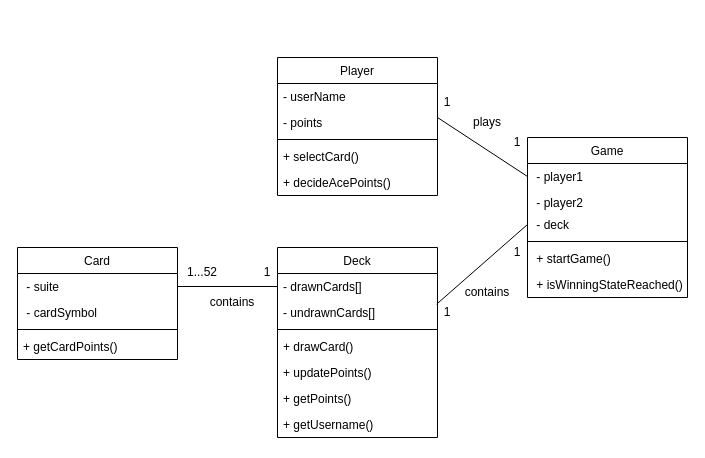
This is 19-7-22/blackjack/diagrams/blackjack_class.drawio from srividya-p/Forcepoint-Training, a draw.io file, before an edit. Source tidied: cells renumbered, new cells numbered last; positions are measured from the earlier drawing's top-left corner, leaving out a move shared by most shapes. Both pictures are drawn from the tidied source at 100%, with x=0, y=0 at pixel (17, 57).
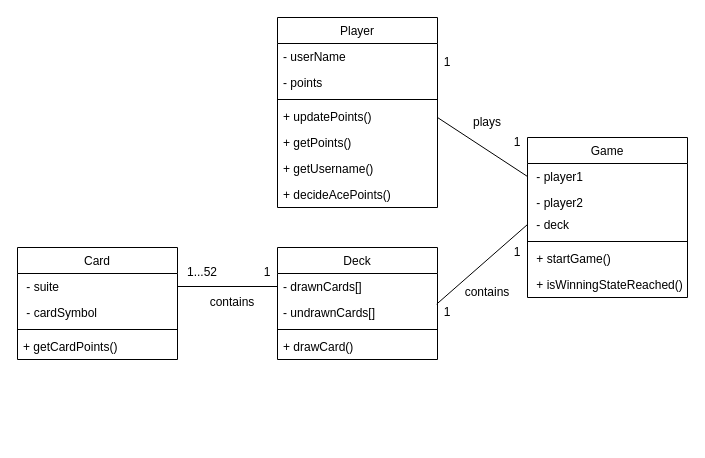
The same page after the edit.

What changed in the source:
```diff
@@
     <mxCell id="14" value="Player" style="swimlane;fontStyle=0;align=center;verticalAlign=top;horizontal=1;startSize=26;rounded=0;shadow=0;strokeWidth=1;" parent="1" vertex="1">
-      <mxGeometry x="260" width="160" height="138" as="geometry" />
+      <mxGeometry x="260" y="-40" width="160" height="190" as="geometry" />
     </mxCell>
@@
-    <mxCell id="18" value="+ selectCard() " style="text;align=left;verticalAlign=top;spacingLeft=4;spacingRight=4;overflow=hidden;" parent="14" vertex="1">
+    <mxCell id="18" value="+ updatePoints() " style="text;align=left;verticalAlign=top;spacingLeft=4;spacingRight=4;overflow=hidden;" parent="14" vertex="1">
       <mxGeometry y="86" width="160" height="26" as="geometry" />
     </mxCell>
+    <mxCell id="26" value="+ getPoints() " style="text;align=left;verticalAlign=top;spacingLeft=4;spacingRight=4;overflow=hidden;" parent="14" vertex="1">
+      <mxGeometry y="112" width="160" height="26" as="geometry" />
+    </mxCell>
+    <mxCell id="27" value="+ getUsername() " style="text;align=left;verticalAlign=top;spacingLeft=4;spacingRight=4;overflow=hidden;" parent="14" vertex="1">
+      <mxGeometry y="138" width="160" height="26" as="geometry" />
+    </mxCell>
     <mxCell id="19" value="+ decideAcePoints() " style="text;align=left;verticalAlign=top;spacingLeft=4;spacingRight=4;overflow=hidden;" parent="14" vertex="1">
-      <mxGeometry y="112" width="160" height="26" as="geometry" />
+      <mxGeometry y="164" width="160" height="26" as="geometry" />
     </mxCell>
     <mxCell id="20" value="Deck" style="swimlane;fontStyle=0;align=center;verticalAlign=top;horizontal=1;startSize=26;rounded=0;shadow=0;strokeWidth=1;" parent="1" vertex="1">
-      <mxGeometry x="260" y="190" width="160" height="190" as="geometry" />
+      <mxGeometry x="260" y="190" width="160" height="112" as="geometry" />
     </mxCell>
@@
-    <mxCell id="25" value="+ updatePoints() " style="text;align=left;verticalAlign=top;spacingLeft=4;spacingRight=4;overflow=hidden;" parent="20" vertex="1">
-      <mxGeometry y="112" width="160" height="26" as="geometry" />
-    </mxCell>
-    <mxCell id="26" value="+ getPoints() " style="text;align=left;verticalAlign=top;spacingLeft=4;spacingRight=4;overflow=hidden;" parent="20" vertex="1">
-      <mxGeometry y="138" width="160" height="26" as="geometry" />
-    </mxCell>
-    <mxCell id="27" value="+ getUsername() " style="text;align=left;verticalAlign=top;spacingLeft=4;spacingRight=4;overflow=hidden;" parent="20" vertex="1">
-      <mxGeometry y="164" width="160" height="26" as="geometry" />
-    </mxCell>
@@
     <mxCell id="38" value="1" style="text;html=1;strokeColor=none;fillColor=none;align=center;verticalAlign=middle;whiteSpace=wrap;rounded=0;" parent="1" vertex="1">
-      <mxGeometry x="420" y="30" width="20" height="30" as="geometry" />
+      <mxGeometry x="420" y="-10" width="20" height="30" as="geometry" />
     </mxCell>
```
